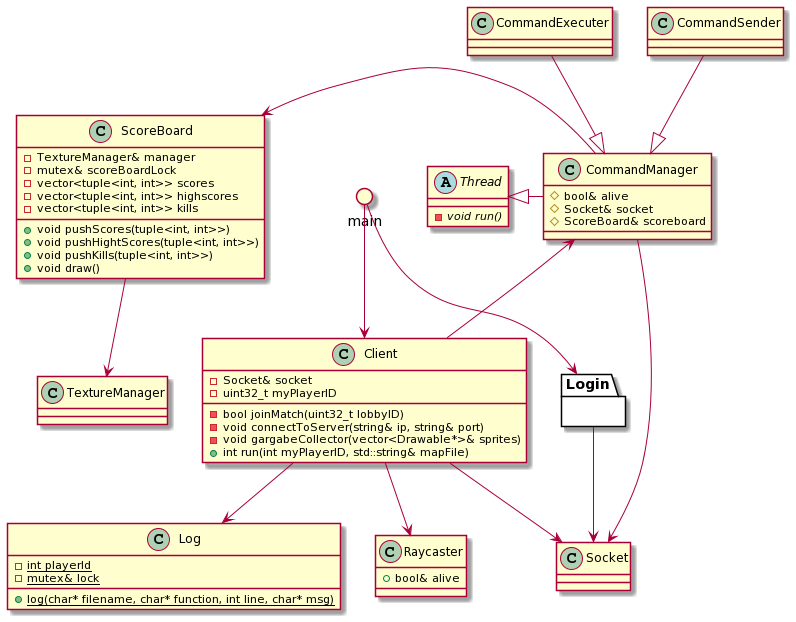
This is docs/diags/Client/UpperStructure.png from joaquinfontela/Wolfenstein-3D, a PlantUML export, as it was before one commit. The source it was exported from:
```plantuml
@startuml
class Client {
  - Socket& socket
  - uint32_t myPlayerID
  - bool joinMatch(uint32_t lobbyID)
  - void connectToServer(string& ip, string& port)
  - void gargabeCollector(vector<Drawable*>& sprites)
  + int run(int myPlayerID, std::string& mapFile)
}
class CommandExecuter
class CommandManager {
    # bool& alive
    # Socket& socket
    # ScoreBoard& scoreboard
}
class CommandSender
class Log {
    - {static} int playerId
    - {static} mutex& lock
    + {static} log(char* filename, char* function, int line, char* msg)
}
package Login {}
class Raycaster {
    + bool& alive
}
class ScoreBoard {
    - TextureManager& manager
    - mutex& scoreBoardLock
    - vector<tuple<int, int>> scores
    - vector<tuple<int, int>> highscores
    - vector<tuple<int, int>> kills
    + void pushScores(tuple<int, int>>)
    + void pushHightScores(tuple<int, int>>)
    + void pushKills(tuple<int, int>>)
    + void draw()
}
class Socket
abstract class Thread {
    - {abstract} void run()
}
class TextureManager

CommandExecuter --|> CommandManager
CommandSender --|> CommandManager
CommandManager -left-|> Thread
CommandManager --> Socket
CommandManager -left-> ScoreBoard
Client --> Raycaster
Client -up-> CommandManager
Client --> Log
Client --> Socket
Login --> Socket
ScoreBoard --> TextureManager

circle main
main --> Client
main --> Login
@enduml
```
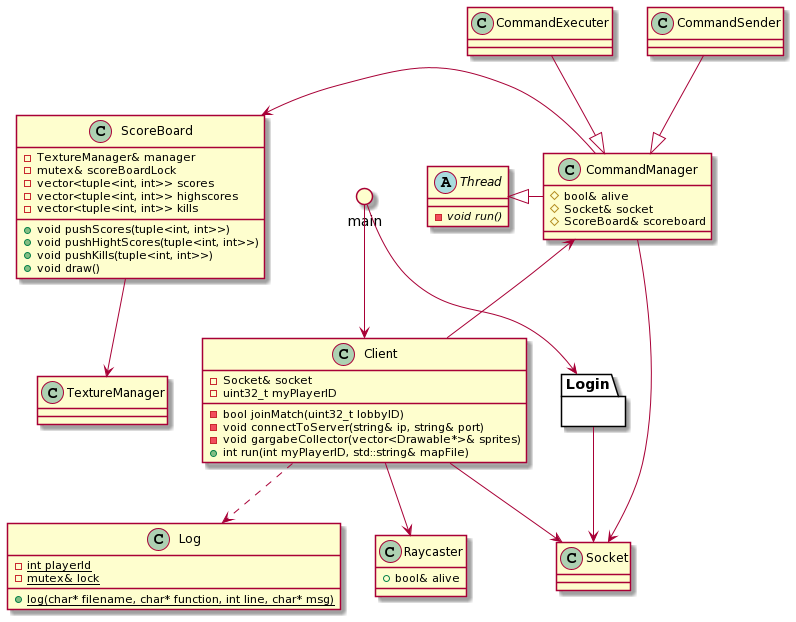
After the change.

Commit message:
Update client diags

Change to the diagram source:
```diff
@@ -47,7 +47,7 @@
 CommandManager -left-> ScoreBoard
 Client --> Raycaster
 Client -up-> CommandManager
-Client --> Log
+Client ..> Log
 Client --> Socket
 Login --> Socket
 ScoreBoard --> TextureManager
```
